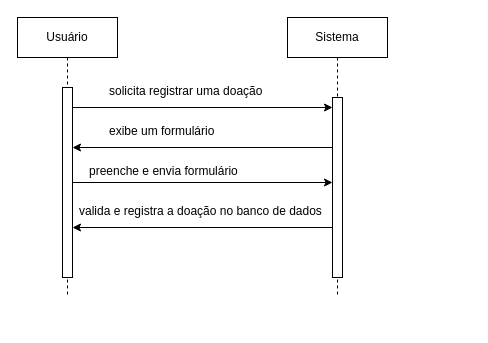
The draw.io diagram Diagrama de Sequência(RF003).drawio in JoaoGans/DRAW.tcc, before the edit. Source tidied: cells renumbered, new cells numbered last; positions are measured from the earlier drawing's top-left corner, leaving out a move shared by most shapes. Both pictures are drawn from the tidied source at 100%, with x=0, y=0 at pixel (17, 17).
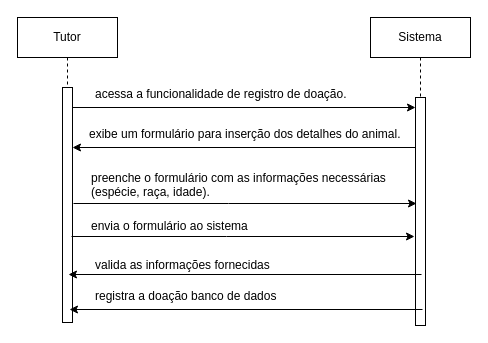
After the change.

What changed in the source:
```diff
@@
-    <mxCell id="2" value="Usuário" style="shape=umlLifeline;perimeter=lifelinePerimeter;whiteSpace=wrap;html=1;newEdgeStyle={&quot;edgeStyle&quot;:&quot;elbowEdgeStyle&quot;,&quot;elbow&quot;:&quot;vertical&quot;,&quot;curved&quot;:0,&quot;rounded&quot;:0};" parent="1" vertex="1">
-      <mxGeometry width="100" height="280" as="geometry" />
+    <mxCell id="2" value="Tutor" style="shape=umlLifeline;perimeter=lifelinePerimeter;whiteSpace=wrap;html=1;newEdgeStyle={&quot;edgeStyle&quot;:&quot;elbowEdgeStyle&quot;,&quot;elbow&quot;:&quot;vertical&quot;,&quot;curved&quot;:0,&quot;rounded&quot;:0};" parent="1" vertex="1">
+      <mxGeometry width="100" height="305" as="geometry" />
     </mxCell>
     <mxCell id="3" style="html=1;points=[];perimeter=orthogonalPerimeter;outlineConnect=0;targetShapes=umlLifeline;portConstraint=eastwest;newEdgeStyle={&quot;edgeStyle&quot;:&quot;elbowEdgeStyle&quot;,&quot;elbow&quot;:&quot;vertical&quot;,&quot;curved&quot;:0,&quot;rounded&quot;:0};" parent="2" vertex="1">
-      <mxGeometry x="45" y="70" width="10" height="190" as="geometry" />
+      <mxGeometry x="45" y="70" width="10" height="235" as="geometry" />
     </mxCell>
     <mxCell id="4" value="Sistema" style="shape=umlLifeline;perimeter=lifelinePerimeter;whiteSpace=wrap;html=1;newEdgeStyle={&quot;edgeStyle&quot;:&quot;elbowEdgeStyle&quot;,&quot;elbow&quot;:&quot;vertical&quot;,&quot;curved&quot;:0,&quot;rounded&quot;:0};" parent="1" vertex="1">
-      <mxGeometry x="270" width="100" height="280" as="geometry" />
+      <mxGeometry x="353" width="100" height="308" as="geometry" />
     </mxCell>
     <mxCell id="5" style="html=1;points=[];perimeter=orthogonalPerimeter;outlineConnect=0;targetShapes=umlLifeline;portConstraint=eastwest;newEdgeStyle={&quot;edgeStyle&quot;:&quot;elbowEdgeStyle&quot;,&quot;elbow&quot;:&quot;vertical&quot;,&quot;curved&quot;:0,&quot;rounded&quot;:0};" parent="4" vertex="1">
-      <mxGeometry x="45" y="80" width="10" height="180" as="geometry" />
+      <mxGeometry x="45" y="80" width="10" height="228" as="geometry" />
     </mxCell>
@@
-    <mxCell id="7" value="solicita registrar uma doação" style="text;whiteSpace=wrap;html=1;" parent="1" vertex="1">
-      <mxGeometry x="90" y="60" width="180" height="40" as="geometry" />
+    <mxCell id="7" value="&lt;div&gt;acessa a funcionalidade de registro de doação.&lt;/div&gt;&lt;div&gt;&lt;br&gt;&lt;/div&gt;" style="text;whiteSpace=wrap;html=1;" parent="1" vertex="1">
+      <mxGeometry x="76" y="63" width="264" height="40" as="geometry" />
     </mxCell>
@@
-    <mxCell id="9" value="exibe um formulário" style="text;whiteSpace=wrap;html=1;" parent="1" vertex="1">
-      <mxGeometry x="90" y="100" width="160" height="40" as="geometry" />
+    <mxCell id="9" value="&lt;div&gt;exibe um formulário para inserção dos detalhes do animal.&lt;/div&gt;&lt;div&gt;&lt;br&gt;&lt;/div&gt;" style="text;whiteSpace=wrap;html=1;" parent="1" vertex="1">
+      <mxGeometry x="70" y="103" width="339" height="40" as="geometry" />
     </mxCell>
-    <mxCell id="10" style="endArrow=classic;html=1;rounded=0;" parent="1" edge="1" source="3" target="5">
-      <mxGeometry relative="1" as="geometry" />
+    <mxCell id="10" style="endArrow=classic;html=1;rounded=0;" parent="1" edge="1">
+      <mxGeometry relative="1" as="geometry">
+        <mxPoint x="56" y="186" as="sourcePoint" />
+        <mxPoint x="399" y="186" as="targetPoint" />
+        <Array as="points">
+          <mxPoint x="211" y="186" />
+        </Array>
+      </mxGeometry>
     </mxCell>
-    <mxCell id="11" value=" preenche e envia formulário" style="text;whiteSpace=wrap;html=1;" parent="1" vertex="1">
-      <mxGeometry x="70" y="140" width="240" height="40" as="geometry" />
+    <mxCell id="11" value="&lt;div&gt;preenche o formulário com as informações necessárias (espécie, raça, idade).&lt;/div&gt;&lt;div&gt;&lt;br&gt;&lt;/div&gt;" style="text;whiteSpace=wrap;html=1;" parent="1" vertex="1">
+      <mxGeometry x="72" y="147" width="302" height="40" as="geometry" />
     </mxCell>
-    <mxCell id="12" style="endArrow=classic;html=1;rounded=0;" parent="1" edge="1" source="5">
-      <mxGeometry relative="1" as="geometry">
-        <mxPoint x="55" y="210" as="targetPoint" />
-      </mxGeometry>
-    </mxCell>
-    <mxCell id="13" value="valida e registra a doação no banco de dados" style="text;whiteSpace=wrap;html=1;" parent="1" vertex="1">
-      <mxGeometry x="60" y="180" width="260" height="40" as="geometry" />
-    </mxCell>
+    <mxCell id="14" value="envia o formulário ao sistema" style="text;whiteSpace=wrap;" parent="1" vertex="1">
+      <mxGeometry x="72" y="195" width="185" height="36" as="geometry" />
+    </mxCell>
+    <mxCell id="15" style="endArrow=classic;html=1;rounded=0;" parent="1" edge="1">
+      <mxGeometry relative="1" as="geometry">
+        <mxPoint x="54" y="219" as="sourcePoint" />
+        <mxPoint x="397" y="219" as="targetPoint" />
+        <Array as="points">
+          <mxPoint x="209" y="219" />
+        </Array>
+      </mxGeometry>
+    </mxCell>
+    <mxCell id="16" value="valida as informações fornecidas" style="text;whiteSpace=wrap;" parent="1" vertex="1">
+      <mxGeometry x="76" y="234" width="203" height="36" as="geometry" />
+    </mxCell>
+    <mxCell id="17" style="endArrow=classic;html=1;rounded=0;" parent="1" edge="1">
+      <mxGeometry relative="1" as="geometry">
+        <mxPoint x="404" y="257" as="sourcePoint" />
+        <mxPoint x="51" y="257" as="targetPoint" />
+      </mxGeometry>
+    </mxCell>
+    <mxCell id="18" value="registra a doação banco de dados" style="text;whiteSpace=wrap;" parent="1" vertex="1">
+      <mxGeometry x="76" y="265" width="209" height="36" as="geometry" />
+    </mxCell>
+    <mxCell id="19" style="endArrow=classic;html=1;rounded=0;" parent="1" edge="1">
+      <mxGeometry relative="1" as="geometry">
+        <mxPoint x="405" y="292" as="sourcePoint" />
+        <mxPoint x="52" y="292" as="targetPoint" />
+      </mxGeometry>
+    </mxCell>
```
